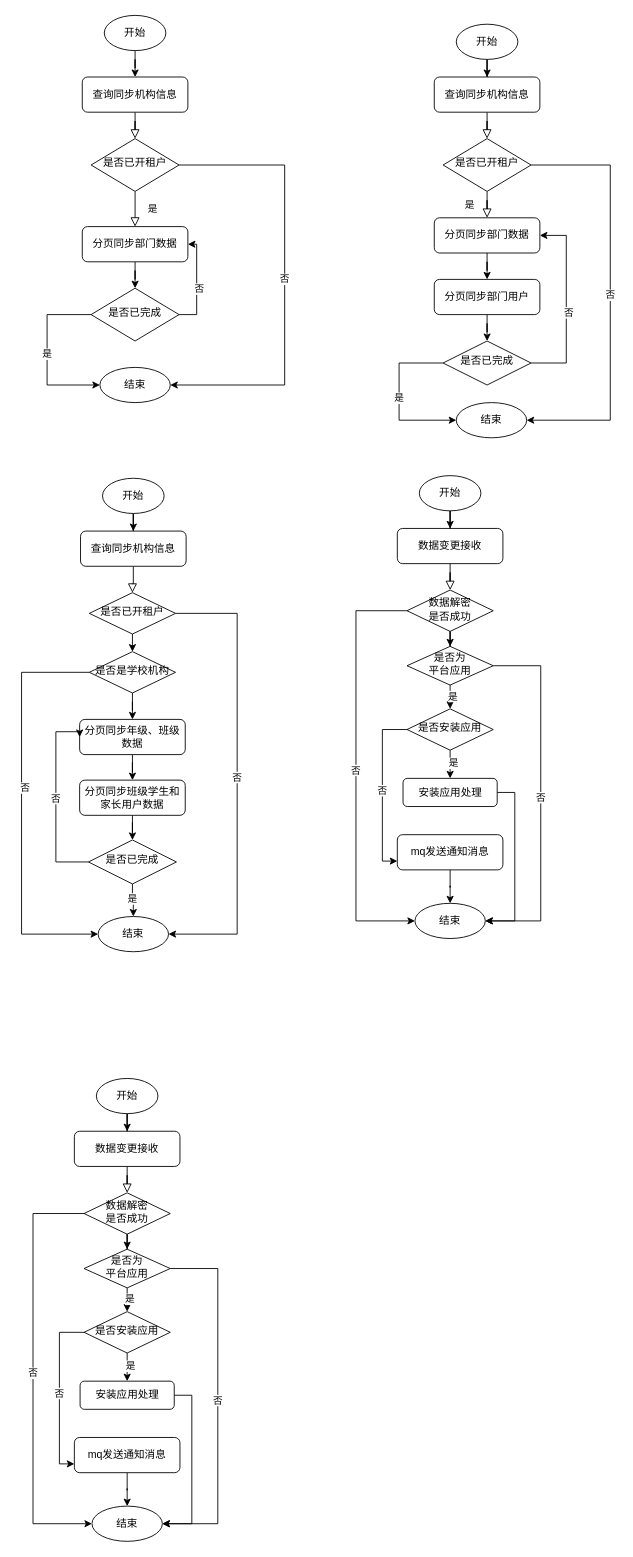
liangdengming/diagrams keeps this draw.io diagram as 云羲搭组织用户同步.drawio. Above is the earlier version. Source tidied: cells renumbered, new cells numbered last; positions are measured from the earlier drawing's top-left corner, leaving out a move shared by most shapes. Both pictures are drawn from the tidied source at 88%, with x=0, y=0 at pixel (21, 15).
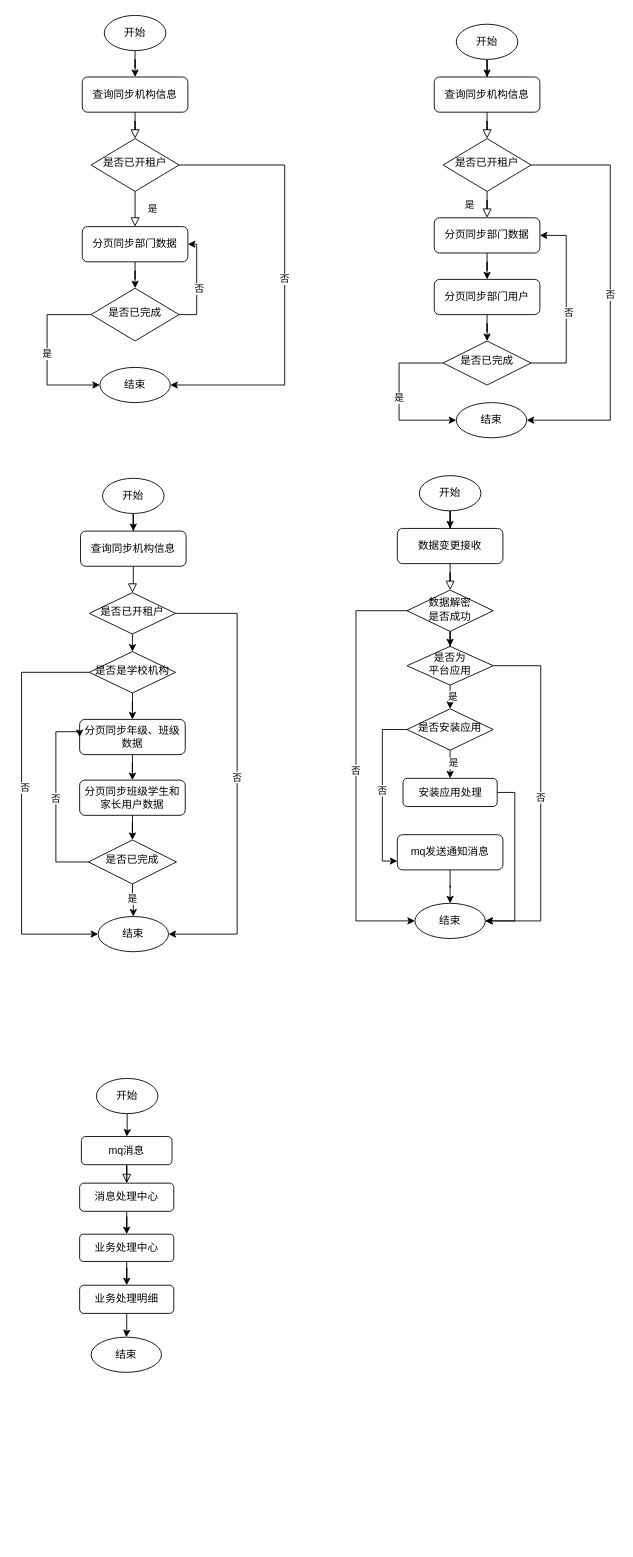
After the change.

Commit message:
更新云羲搭组织用户同步.drawio

Diff of the diagram source:
```diff
@@
-    <mxCell id="72" style="rounded=0;html=1;jettySize=auto;fontSize=11;endArrow=block;endFill=0;endSize=8;strokeWidth=1;shadow=0;labelBackgroundColor=none;edgeStyle=orthogonalEdgeStyle;" parent="1" edge="1" source="73" target="76">
+    <mxCell id="72" style="rounded=0;html=1;jettySize=auto;fontSize=11;endArrow=block;endFill=0;endSize=8;strokeWidth=1;shadow=0;labelBackgroundColor=none;edgeStyle=orthogonalEdgeStyle;" parent="1" edge="1" source="73" target="93">
       <mxGeometry relative="1" as="geometry" />
     </mxCell>
-    <mxCell id="73" value="数据变更接收" style="rounded=1;whiteSpace=wrap;html=1;fontSize=12;glass=0;strokeWidth=1;shadow=0;" parent="1" vertex="1">
-      <mxGeometry x="60" y="1268" width="120" height="40" as="geometry" />
+    <mxCell id="73" value="mq消息" style="rounded=1;whiteSpace=wrap;html=1;fontSize=12;glass=0;strokeWidth=1;shadow=0;" parent="1" vertex="1">
+      <mxGeometry x="68" y="1274" width="103" height="32" as="geometry" />
     </mxCell>
-    <mxCell id="74" value="否" style="edgeStyle=orthogonalEdgeStyle;rounded=0;jettySize=auto;html=1;entryX=0;entryY=0.5;entryDx=0;entryDy=0;entryPerimeter=0;exitX=0;exitY=0.5;exitDx=0;exitDy=0;" parent="1" edge="1" source="76" target="79">
-      <mxGeometry relative="1" as="geometry">
-        <Array as="points">
-          <mxPoint x="13" y="1362" />
-          <mxPoint x="13" y="1714" />
-        </Array>
-      </mxGeometry>
-    </mxCell>
-    <mxCell id="75" style="edgeStyle=orthogonalEdgeStyle;rounded=0;jettySize=auto;html=1;" parent="1" edge="1" source="76" target="85">
-      <mxGeometry relative="1" as="geometry" />
-    </mxCell>
-    <mxCell id="76" value="数据解密&lt;br&gt;是否成功" style="rhombus;whiteSpace=wrap;html=1;shadow=0;fontFamily=Helvetica;fontSize=12;align=center;strokeWidth=1;spacing=6;spacingTop=-4;" parent="1" vertex="1">
-      <mxGeometry x="71" y="1338" width="98" height="47" as="geometry" />
-    </mxCell>
@@
     <mxCell id="79" value="结束" style="strokeWidth=1;html=1;shape=mxgraph.flowchart.start_1;whiteSpace=wrap;" parent="1" vertex="1">
-      <mxGeometry x="80" y="1694" width="80" height="40" as="geometry" />
+      <mxGeometry x="79" y="1502" width="80" height="40" as="geometry" />
     </mxCell>
-    <mxCell id="80" style="edgeStyle=orthogonalEdgeStyle;rounded=0;jettySize=auto;html=1;" parent="1" edge="1" source="81" target="79">
-      <mxGeometry relative="1" as="geometry" />
-    </mxCell>
-    <mxCell id="81" value="mq发送通知消息" style="rounded=1;whiteSpace=wrap;html=1;fontSize=12;glass=0;strokeWidth=1;shadow=0;" parent="1" vertex="1">
-      <mxGeometry x="60" y="1616" width="120" height="40" as="geometry" />
-    </mxCell>
-    <mxCell id="82" style="edgeStyle=orthogonalEdgeStyle;rounded=0;jettySize=auto;html=1;entryX=0.5;entryY=0;entryDx=0;entryDy=0;" parent="1" edge="1" source="85" target="89">
-      <mxGeometry relative="1" as="geometry" />
-    </mxCell>
-    <mxCell id="83" value="是" style="edgeLabel;html=1;align=center;verticalAlign=middle;" parent="82" vertex="1">
-      <mxGeometry x="0.43" y="2" relative="1" as="geometry" />
-    </mxCell>
-    <mxCell id="84" value="否" style="edgeStyle=orthogonalEdgeStyle;rounded=0;jettySize=auto;html=1;entryX=1;entryY=0.5;entryDx=0;entryDy=0;entryPerimeter=0;exitX=1;exitY=0.5;exitDx=0;exitDy=0;" parent="1" edge="1" source="85" target="79">
-      <mxGeometry relative="1" as="geometry">
-        <Array as="points">
-          <mxPoint x="223" y="1424" />
-          <mxPoint x="223" y="1714" />
-        </Array>
-      </mxGeometry>
-    </mxCell>
-    <mxCell id="85" value="是否为&lt;br&gt;平台应用" style="rhombus;whiteSpace=wrap;html=1;shadow=0;fontFamily=Helvetica;fontSize=12;align=center;strokeWidth=1;spacing=6;spacingTop=-4;" parent="1" vertex="1">
-      <mxGeometry x="71" y="1402" width="98" height="44" as="geometry" />
-    </mxCell>
-    <mxCell id="86" style="edgeStyle=orthogonalEdgeStyle;rounded=0;jettySize=auto;html=1;" parent="1" edge="1" source="89" target="91">
-      <mxGeometry relative="1" as="geometry" />
-    </mxCell>
-    <mxCell id="87" value="是" style="edgeLabel;html=1;align=center;verticalAlign=middle;" parent="86" vertex="1">
-      <mxGeometry x="0.23" y="3" relative="1" as="geometry" />
-    </mxCell>
-    <mxCell id="88" value="否" style="edgeStyle=orthogonalEdgeStyle;rounded=0;jettySize=auto;html=1;entryX=0;entryY=0.75;entryDx=0;entryDy=0;exitX=0;exitY=0.5;exitDx=0;exitDy=0;" parent="1" edge="1" source="89" target="81">
-      <mxGeometry relative="1" as="geometry">
-        <Array as="points">
-          <mxPoint x="43" y="1497" />
-          <mxPoint x="43" y="1646" />
-        </Array>
-      </mxGeometry>
-    </mxCell>
-    <mxCell id="89" value="是否安装应用" style="rhombus;whiteSpace=wrap;html=1;shadow=0;fontFamily=Helvetica;fontSize=12;align=center;strokeWidth=1;spacing=6;spacingTop=-4;" parent="1" vertex="1">
-      <mxGeometry x="71" y="1473" width="98" height="47" as="geometry" />
-    </mxCell>
-    <mxCell id="90" style="edgeStyle=orthogonalEdgeStyle;rounded=0;jettySize=auto;html=1;entryX=1;entryY=0.5;entryDx=0;entryDy=0;entryPerimeter=0;exitX=1;exitY=0.5;exitDx=0;exitDy=0;" parent="1" edge="1" source="91" target="79">
-      <mxGeometry relative="1" as="geometry" />
-    </mxCell>
-    <mxCell id="91" value="安装应用处理" style="rounded=1;whiteSpace=wrap;html=1;fontSize=12;glass=0;strokeWidth=1;shadow=0;" parent="1" vertex="1">
-      <mxGeometry x="66.5" y="1552" width="107" height="32" as="geometry" />
-    </mxCell>
+    <mxCell id="92" style="edgeStyle=orthogonalEdgeStyle;rounded=0;jettySize=auto;html=1;" parent="1" edge="1" source="93" target="95">
+      <mxGeometry relative="1" as="geometry" />
+    </mxCell>
+    <mxCell id="93" value="消息处理中心" style="rounded=1;whiteSpace=wrap;html=1;fontSize=12;glass=0;strokeWidth=1;shadow=0;" parent="1" vertex="1">
+      <mxGeometry x="66" y="1327" width="107" height="32" as="geometry" />
+    </mxCell>
+    <mxCell id="94" style="edgeStyle=orthogonalEdgeStyle;rounded=0;jettySize=auto;html=1;entryX=0.5;entryY=0;entryDx=0;entryDy=0;" parent="1" edge="1" source="95" target="97">
+      <mxGeometry relative="1" as="geometry" />
+    </mxCell>
+    <mxCell id="95" value="业务处理中心" style="rounded=1;whiteSpace=wrap;html=1;fontSize=12;glass=0;strokeWidth=1;shadow=0;" parent="1" vertex="1">
+      <mxGeometry x="66" y="1385" width="107" height="31" as="geometry" />
+    </mxCell>
+    <mxCell id="96" style="edgeStyle=orthogonalEdgeStyle;rounded=0;jettySize=auto;html=1;" parent="1" edge="1" source="97" target="79">
+      <mxGeometry relative="1" as="geometry" />
+    </mxCell>
+    <mxCell id="97" value="业务处理明细" style="rounded=1;whiteSpace=wrap;html=1;fontSize=12;glass=0;strokeWidth=1;shadow=0;" parent="1" vertex="1">
+      <mxGeometry x="66" y="1443" width="107" height="32" as="geometry" />
+    </mxCell>
```
